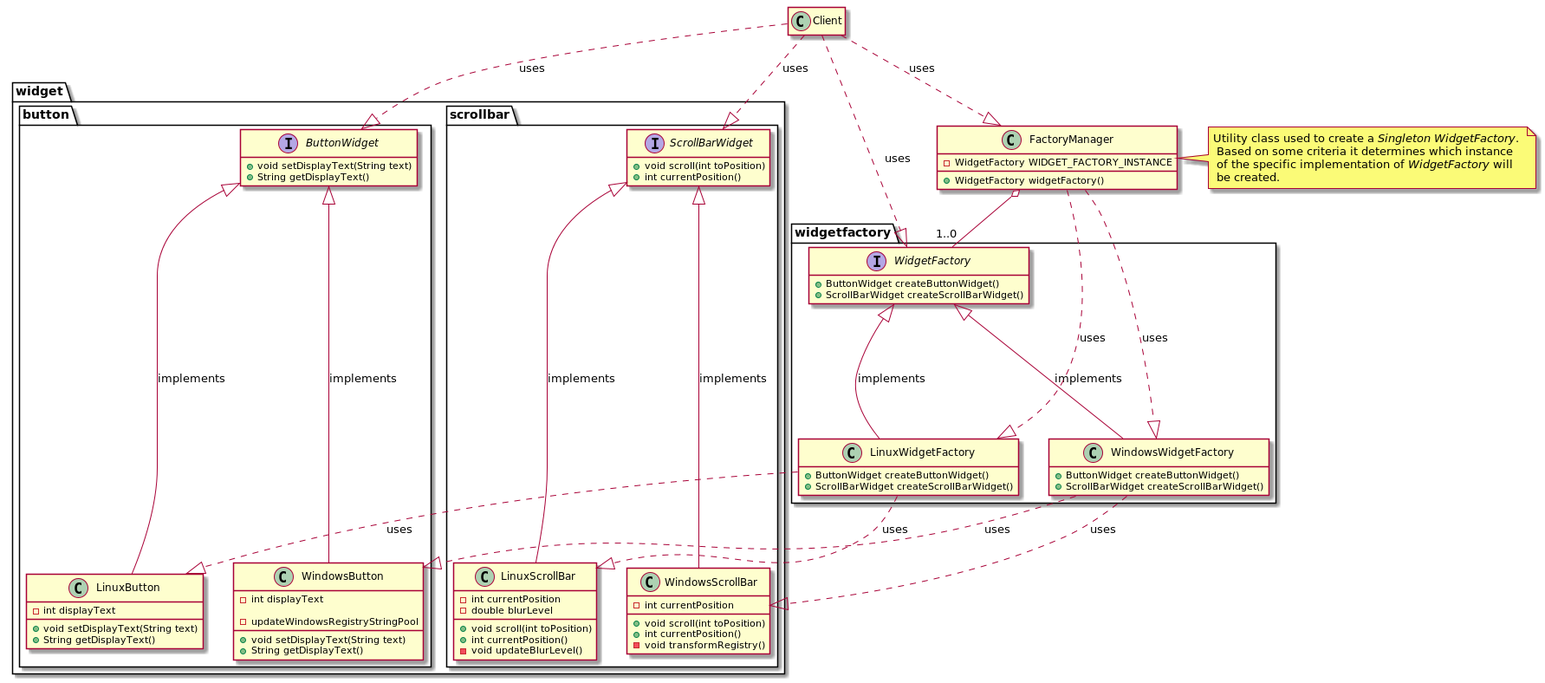
Before: DesignPatternsElementsOfReusableObjectOrientesSoftware/Chapter03/AbstractFactory/image/code_class_design.png, a diagram exported from PlantUML (lealceldeiro/gems). Its diagram source:
```plantuml
@startuml
package widgetfactory {
    interface WidgetFactory {
        + ButtonWidget createButtonWidget()
        + ScrollBarWidget createScrollBarWidget()
    }
    class LinuxWidgetFactory {
        + ButtonWidget createButtonWidget()
        + ScrollBarWidget createScrollBarWidget()
    }
    class WindowsWidgetFactory {
        + ButtonWidget createButtonWidget()
        + ScrollBarWidget createScrollBarWidget()
    }

    WidgetFactory <|-- LinuxWidgetFactory : implements
    WidgetFactory <|-- WindowsWidgetFactory : implements
}

package widget {
    package scrollbar {
        interface ScrollBarWidget {
            + void scroll(int toPosition)
            + int currentPosition()
        }
        class LinuxScrollBar {
            - int currentPosition
            - double blurLevel

            + void scroll(int toPosition)
            + int currentPosition()
            - void updateBlurLevel()
        }
        class WindowsScrollBar {
            - int currentPosition

            + void scroll(int toPosition)
            + int currentPosition()
            - void transformRegistry()
        }
    }
    package button {
        interface ButtonWidget {
            + void setDisplayText(String text)
            + String getDisplayText()
        }
        class LinuxButton {
            - int displayText

            + void setDisplayText(String text)
            + String getDisplayText()
        }

        class WindowsButton {
            - int displayText

            + void setDisplayText(String text)
            + String getDisplayText()
            - updateWindowsRegistryStringPool
        }
    }
}

ScrollBarWidget <|-- LinuxScrollBar : implements
ButtonWidget <|-- LinuxButton : implements

ScrollBarWidget <|-- WindowsScrollBar : implements
ButtonWidget <|-- WindowsButton : implements

class FactoryManager {
    - WidgetFactory WIDGET_FACTORY_INSTANCE

    + WidgetFactory widgetFactory()
}
class FactoryManager
note right: Utility class used to create a <i>Singleton</i> <i>WidgetFactory</i>. \n Based on some criteria it determines which instance \n of the specific implementation of <i>WidgetFactory</i> will \n be created.

WindowsWidgetFactory ..|> WindowsButton : uses
WindowsWidgetFactory ..|> WindowsScrollBar : uses

LinuxWidgetFactory ..|> LinuxButton : uses
LinuxWidgetFactory ..|> LinuxScrollBar : uses

FactoryManager o-- "1..0" WidgetFactory
FactoryManager ..|> LinuxWidgetFactory : uses
FactoryManager ..|> WindowsWidgetFactory : uses

class Client

Client ..|> FactoryManager : uses
Client ..|> ButtonWidget : uses
Client ..|> ScrollBarWidget : uses
Client ..|> WidgetFactory : uses

hide empty members
@enduml
```
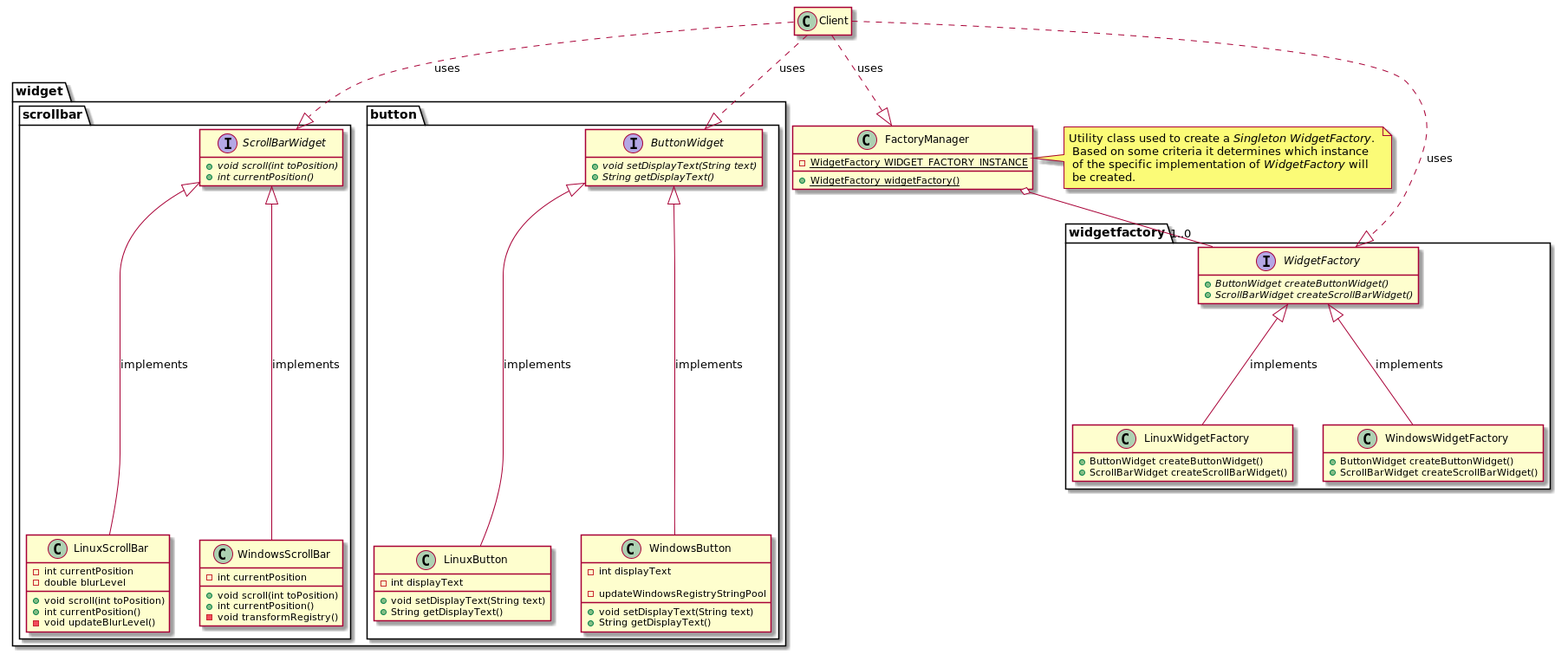
Later version of the same file.

Commit message:
Update class diagram

Diff of the diagram source:
```diff
@@ -1,8 +1,8 @@
 @startuml
 package widgetfactory {
     interface WidgetFactory {
-        + ButtonWidget createButtonWidget()
-        + ScrollBarWidget createScrollBarWidget()
+        + {abstract} ButtonWidget createButtonWidget()
+        + {abstract} ScrollBarWidget createScrollBarWidget()
     }
     class LinuxWidgetFactory {
         + ButtonWidget createButtonWidget()
@@ -20,8 +20,8 @@
 package widget {
     package scrollbar {
         interface ScrollBarWidget {
-            + void scroll(int toPosition)
-            + int currentPosition()
+            + {abstract} void scroll(int toPosition)
+            + {abstract} int currentPosition()
         }
         class LinuxScrollBar {
             - int currentPosition
@@ -41,8 +41,8 @@
     }
     package button {
         interface ButtonWidget {
-            + void setDisplayText(String text)
-            + String getDisplayText()
+            + {abstract} void setDisplayText(String text)
+            + {abstract} String getDisplayText()
         }
         class LinuxButton {
             - int displayText
@@ -68,22 +68,14 @@
 ButtonWidget <|-- WindowsButton : implements
 
 class FactoryManager {
-    - WidgetFactory WIDGET_FACTORY_INSTANCE
+    - {static} WidgetFactory WIDGET_FACTORY_INSTANCE
 
-    + WidgetFactory widgetFactory()
+    + {static} WidgetFactory widgetFactory()
 }
 class FactoryManager
 note right: Utility class used to create a <i>Singleton</i> <i>WidgetFactory</i>. \n Based on some criteria it determines which instance \n of the specific implementation of <i>WidgetFactory</i> will \n be created.
 
-WindowsWidgetFactory ..|> WindowsButton : uses
-WindowsWidgetFactory ..|> WindowsScrollBar : uses
-
-LinuxWidgetFactory ..|> LinuxButton : uses
-LinuxWidgetFactory ..|> LinuxScrollBar : uses
-
 FactoryManager o-- "1..0" WidgetFactory
-FactoryManager ..|> LinuxWidgetFactory : uses
-FactoryManager ..|> WindowsWidgetFactory : uses
 
 class Client
 
```
